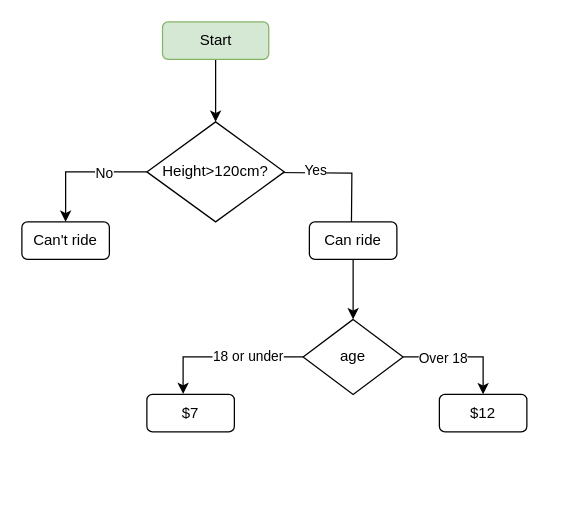
Before: Test_One.drawio in naalemi/Projecsts, a draw.io diagram. Source tidied: cells renumbered, new cells numbered last; positions are measured from the earlier drawing's top-left corner, leaving out a move shared by most shapes. Both pictures are drawn from the tidied source at 125%, with x=0, y=0 at pixel (21, 21).
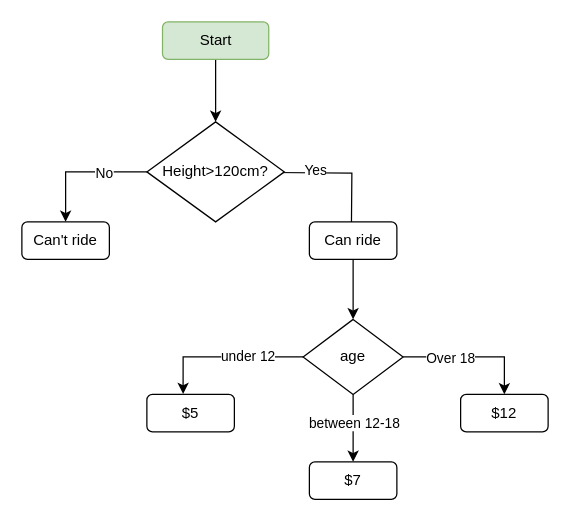
The same page after the edit.

Unchanged cells that the change refers to:
```xml
<mxCell id="14" value="age" style="rhombus;whiteSpace=wrap;html=1;" parent="1" vertex="1">
  <mxGeometry x="225" y="238" width="80" height="60" as="geometry" />
</mxCell>
<mxCell id="17" style="edgeStyle=orthogonalEdgeStyle;rounded=0;jettySize=auto;html=1;entryX=0.414;entryY=-0.011;entryDx=0;entryDy=0;entryPerimeter=0;" parent="1" edge="1" source="14" target="16">
  <mxGeometry relative="1" as="geometry" />
</mxCell>
```

The edit, as a diff of the source:
```diff
@@
+    <mxCell id="19" style="edgeStyle=orthogonalEdgeStyle;rounded=0;jettySize=auto;html=1;" parent="1" edge="1" source="14" target="21">
+      <mxGeometry relative="1" as="geometry" />
+    </mxCell>
+    <mxCell id="20" value="between 12-18" style="edgeLabel;html=1;align=center;verticalAlign=middle;" parent="19" vertex="1">
+      <mxGeometry x="-0.19" relative="1" as="geometry" />
+    </mxCell>
@@
     <mxCell id="15" value="$12" style="rounded=1;whiteSpace=wrap;html=1;" parent="1" vertex="1">
-      <mxGeometry x="334" y="298" width="70" height="30" as="geometry" />
+      <mxGeometry x="351" y="298" width="70" height="30" as="geometry" />
     </mxCell>
-    <mxCell id="16" value="$7" style="rounded=1;whiteSpace=wrap;html=1;" parent="1" vertex="1">
+    <mxCell id="16" value="$5" style="rounded=1;whiteSpace=wrap;html=1;" parent="1" vertex="1">
       <mxGeometry x="100" y="298" width="70" height="30" as="geometry" />
     </mxCell>
@@
-    <mxCell id="18" value="18 or under" style="edgeLabel;html=1;align=center;verticalAlign=middle;" parent="17" vertex="1">
+    <mxCell id="18" value="under 12" style="edgeLabel;html=1;align=center;verticalAlign=middle;" parent="17" vertex="1">
       <mxGeometry x="-0.29" y="-1" relative="1" as="geometry" />
     </mxCell>
+    <mxCell id="21" value="$7" style="rounded=1;whiteSpace=wrap;html=1;" parent="1" vertex="1">
+      <mxGeometry x="230" y="352" width="70" height="30" as="geometry" />
+    </mxCell>
```
